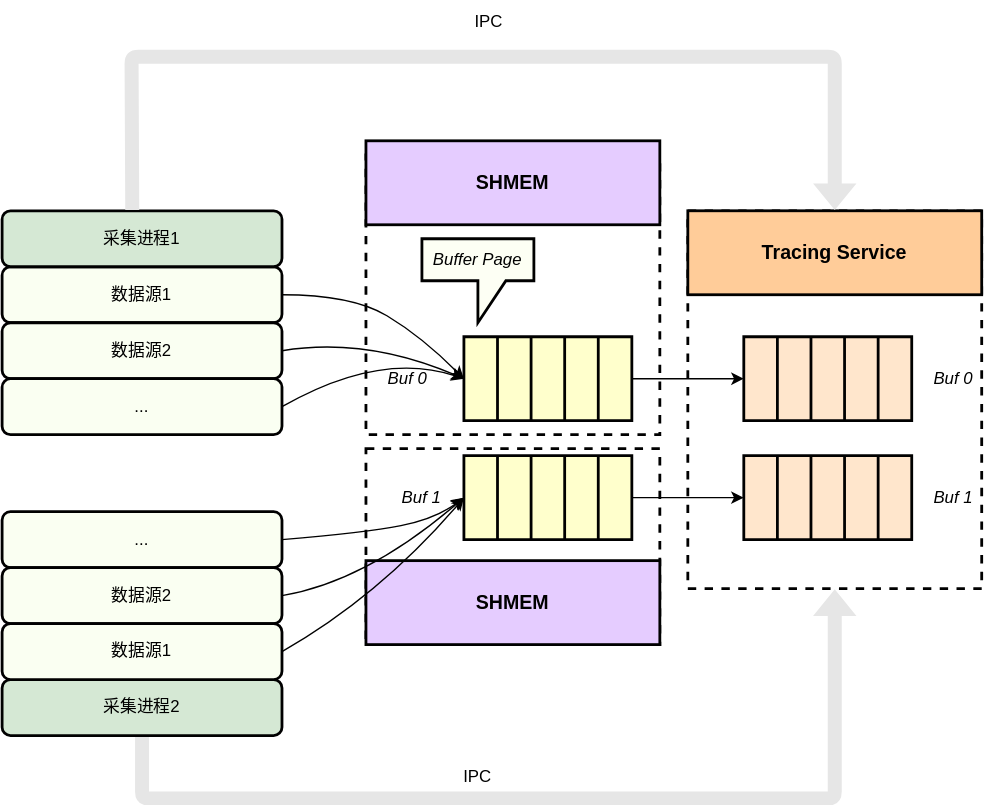
Earlier version of the draw.io export images/2025-7-30-tracing/Buffer.svg (braisedp/braisedp.github.io). Source tidied: cells renumbered, new cells last; positions are measured from the earlier drawing's top-left corner, leaving out a move shared by most shapes. The source it was exported from:
```xml
<mxGraphModel>
  <root>
    <mxCell id="0" />
    <mxCell id="1" parent="0" />
    <mxCell id="2" style="rounded=0;whiteSpace=wrap;html=1;strokeWidth=2;dashed=1;" parent="1" vertex="1">
      <mxGeometry x="260" y="320" width="210" height="140" as="geometry" />
    </mxCell>
    <mxCell id="3" style="rounded=0;whiteSpace=wrap;html=1;strokeWidth=2;dashed=1;" parent="1" vertex="1">
      <mxGeometry x="260" y="110" width="210" height="200" as="geometry" />
    </mxCell>
    <mxCell id="4" style="rounded=0;whiteSpace=wrap;html=1;strokeWidth=2;dashed=1;" parent="1" vertex="1">
      <mxGeometry x="490" y="150" width="210" height="270" as="geometry" />
    </mxCell>
    <mxCell id="5" style="shape=table;startSize=0;fontSize=16;rowLines=0;columnLines=1;strokeWidth=2;fillColor=#FFFFCC;" parent="1" vertex="1">
      <mxGeometry x="330" y="240" width="120" height="60" as="geometry" />
    </mxCell>
    <mxCell id="6" style="shape=tableRow;horizontal=0;startSize=0;swimlaneHead=0;swimlaneBody=0;strokeColor=inherit;top=0;left=0;bottom=0;right=0;fillColor=none;points=[[0,0.5],[1,0.5]];portConstraint=eastwest;fontSize=16;" parent="5" vertex="1">
      <mxGeometry width="120" height="60" as="geometry" />
    </mxCell>
    <mxCell id="7" style="shape=partialRectangle;html=1;whiteSpace=wrap;strokeColor=inherit;overflow=hidden;fillColor=none;top=0;left=0;bottom=0;right=0;fontSize=16;" parent="6" vertex="1">
      <mxGeometry width="24" height="60" as="geometry" />
    </mxCell>
    <mxCell id="8" style="shape=partialRectangle;html=1;whiteSpace=wrap;strokeColor=inherit;overflow=hidden;fillColor=none;top=0;left=0;bottom=0;right=0;fontSize=16;" parent="6" vertex="1">
      <mxGeometry x="24" width="24" height="60" as="geometry" />
    </mxCell>
    <mxCell id="9" style="shape=partialRectangle;html=1;whiteSpace=wrap;strokeColor=inherit;overflow=hidden;fillColor=none;top=0;left=0;bottom=0;right=0;fontSize=16;" parent="6" vertex="1">
      <mxGeometry x="48" width="24" height="60" as="geometry" />
    </mxCell>
    <mxCell id="10" style="shape=partialRectangle;html=1;whiteSpace=wrap;strokeColor=inherit;overflow=hidden;fillColor=none;top=0;left=0;bottom=0;right=0;fontSize=16;" parent="6" vertex="1">
      <mxGeometry x="72" width="24" height="60" as="geometry" />
    </mxCell>
    <mxCell id="11" style="shape=partialRectangle;html=1;whiteSpace=wrap;strokeColor=inherit;overflow=hidden;fillColor=none;top=0;left=0;bottom=0;right=0;fontSize=16;" parent="6" vertex="1">
      <mxGeometry x="96" width="24" height="60" as="geometry" />
    </mxCell>
    <mxCell id="12" style="shape=table;startSize=0;fontSize=16;rowLines=0;columnLines=1;strokeWidth=2;fillColor=#FFE6CC;" parent="1" vertex="1">
      <mxGeometry x="530" y="240" width="120" height="60" as="geometry" />
    </mxCell>
    <mxCell id="13" style="shape=tableRow;horizontal=0;startSize=0;swimlaneHead=0;swimlaneBody=0;strokeColor=inherit;top=0;left=0;bottom=0;right=0;fillColor=none;fontSize=16;" parent="12" vertex="1">
      <mxGeometry width="120" height="60" as="geometry" />
    </mxCell>
    <mxCell id="14" style="shape=partialRectangle;html=1;whiteSpace=wrap;strokeColor=inherit;overflow=hidden;fillColor=none;top=0;left=0;bottom=0;right=0;fontSize=16;" parent="13" vertex="1">
      <mxGeometry width="24" height="60" as="geometry" />
    </mxCell>
    <mxCell id="15" style="shape=partialRectangle;html=1;whiteSpace=wrap;strokeColor=inherit;overflow=hidden;fillColor=none;top=0;left=0;bottom=0;right=0;fontSize=16;" parent="13" vertex="1">
      <mxGeometry x="24" width="24" height="60" as="geometry" />
    </mxCell>
    <mxCell id="16" style="shape=partialRectangle;html=1;whiteSpace=wrap;strokeColor=inherit;overflow=hidden;fillColor=none;top=0;left=0;bottom=0;right=0;fontSize=16;" parent="13" vertex="1">
      <mxGeometry x="48" width="24" height="60" as="geometry" />
    </mxCell>
    <mxCell id="17" style="shape=partialRectangle;html=1;whiteSpace=wrap;strokeColor=inherit;overflow=hidden;fillColor=none;top=0;left=0;bottom=0;right=0;fontSize=16;" parent="13" vertex="1">
      <mxGeometry x="72" width="24" height="60" as="geometry" />
    </mxCell>
    <mxCell id="18" style="shape=partialRectangle;html=1;whiteSpace=wrap;strokeColor=inherit;overflow=hidden;fillColor=none;top=0;left=0;bottom=0;right=0;fontSize=16;" parent="13" vertex="1">
      <mxGeometry x="96" width="24" height="60" as="geometry" />
    </mxCell>
    <mxCell id="19" style="shape=table;startSize=0;fontSize=16;rowLines=0;columnLines=1;strokeWidth=2;fillColor=#FFFFCC;" parent="1" vertex="1">
      <mxGeometry x="330" y="325" width="120" height="60" as="geometry" />
    </mxCell>
    <mxCell id="20" style="shape=tableRow;horizontal=0;startSize=0;swimlaneHead=0;swimlaneBody=0;strokeColor=inherit;top=0;left=0;bottom=0;right=0;fillColor=none;points=[[0,0.5],[1,0.5]];portConstraint=eastwest;fontSize=16;" parent="19" vertex="1">
      <mxGeometry width="120" height="60" as="geometry" />
    </mxCell>
    <mxCell id="21" style="shape=partialRectangle;html=1;whiteSpace=wrap;strokeColor=inherit;overflow=hidden;fillColor=none;top=0;left=0;bottom=0;right=0;fontSize=16;" parent="20" vertex="1">
      <mxGeometry width="24" height="60" as="geometry" />
    </mxCell>
    <mxCell id="22" style="shape=partialRectangle;html=1;whiteSpace=wrap;strokeColor=inherit;overflow=hidden;fillColor=none;top=0;left=0;bottom=0;right=0;fontSize=16;" parent="20" vertex="1">
      <mxGeometry x="24" width="24" height="60" as="geometry" />
    </mxCell>
    <mxCell id="23" style="shape=partialRectangle;html=1;whiteSpace=wrap;strokeColor=inherit;overflow=hidden;fillColor=none;top=0;left=0;bottom=0;right=0;fontSize=16;" parent="20" vertex="1">
      <mxGeometry x="48" width="24" height="60" as="geometry" />
    </mxCell>
    <mxCell id="24" style="shape=partialRectangle;html=1;whiteSpace=wrap;strokeColor=inherit;overflow=hidden;fillColor=none;top=0;left=0;bottom=0;right=0;fontSize=16;" parent="20" vertex="1">
      <mxGeometry x="72" width="24" height="60" as="geometry" />
    </mxCell>
    <mxCell id="25" style="shape=partialRectangle;html=1;whiteSpace=wrap;strokeColor=inherit;overflow=hidden;fillColor=none;top=0;left=0;bottom=0;right=0;fontSize=16;" parent="20" vertex="1">
      <mxGeometry x="96" width="24" height="60" as="geometry" />
    </mxCell>
    <mxCell id="26" style="shape=table;startSize=0;fontSize=16;rowLines=0;columnLines=1;strokeWidth=2;fillColor=#FFE6CC;" parent="1" vertex="1">
      <mxGeometry x="530" y="325" width="120" height="60" as="geometry" />
    </mxCell>
    <mxCell id="27" style="shape=tableRow;horizontal=0;startSize=0;swimlaneHead=0;swimlaneBody=0;strokeColor=inherit;top=0;left=0;bottom=0;right=0;fillColor=none;fontSize=16;" parent="26" vertex="1">
      <mxGeometry width="120" height="60" as="geometry" />
    </mxCell>
    <mxCell id="28" style="shape=partialRectangle;html=1;whiteSpace=wrap;strokeColor=inherit;overflow=hidden;fillColor=none;top=0;left=0;bottom=0;right=0;fontSize=16;" parent="27" vertex="1">
      <mxGeometry width="24" height="60" as="geometry" />
    </mxCell>
    <mxCell id="29" style="shape=partialRectangle;html=1;whiteSpace=wrap;strokeColor=inherit;overflow=hidden;fillColor=none;top=0;left=0;bottom=0;right=0;fontSize=16;" parent="27" vertex="1">
      <mxGeometry x="24" width="24" height="60" as="geometry" />
    </mxCell>
    <mxCell id="30" style="shape=partialRectangle;html=1;whiteSpace=wrap;strokeColor=inherit;overflow=hidden;fillColor=none;top=0;left=0;bottom=0;right=0;fontSize=16;" parent="27" vertex="1">
      <mxGeometry x="48" width="24" height="60" as="geometry" />
    </mxCell>
    <mxCell id="31" style="shape=partialRectangle;html=1;whiteSpace=wrap;strokeColor=inherit;overflow=hidden;fillColor=none;top=0;left=0;bottom=0;right=0;fontSize=16;" parent="27" vertex="1">
      <mxGeometry x="72" width="24" height="60" as="geometry" />
    </mxCell>
    <mxCell id="32" style="shape=partialRectangle;html=1;whiteSpace=wrap;strokeColor=inherit;overflow=hidden;fillColor=none;top=0;left=0;bottom=0;right=0;fontSize=16;" parent="27" vertex="1">
      <mxGeometry x="96" width="24" height="60" as="geometry" />
    </mxCell>
    <mxCell id="33" value="Buffer Page" style="shape=callout;whiteSpace=wrap;html=1;perimeter=calloutPerimeter;strokeWidth=2;fillStyle=auto;fillColor=#FDFFF4;fontStyle=2;" parent="1" vertex="1">
      <mxGeometry x="300" y="170" width="80" height="60" as="geometry" />
    </mxCell>
    <mxCell id="34" value="Tracing Service" style="rounded=0;whiteSpace=wrap;html=1;strokeWidth=2;fillColor=#FFCC99;fontStyle=1;fontSize=14;" parent="1" vertex="1">
      <mxGeometry x="490" y="150" width="210" height="60" as="geometry" />
    </mxCell>
    <mxCell id="35" style="edgeStyle=none;html=1;exitX=1;exitY=0.5;exitDx=0;exitDy=0;entryX=0;entryY=0.5;entryDx=0;entryDy=0;" parent="1" edge="1" source="6" target="12">
      <mxGeometry relative="1" as="geometry" />
    </mxCell>
    <mxCell id="36" style="edgeStyle=none;html=1;exitX=1;exitY=0.5;exitDx=0;exitDy=0;entryX=0;entryY=0.5;entryDx=0;entryDy=0;" parent="1" edge="1" source="20" target="26">
      <mxGeometry relative="1" as="geometry" />
    </mxCell>
    <mxCell id="37" value="SHMEM" style="rounded=0;whiteSpace=wrap;html=1;strokeWidth=2;fillColor=#E5CCFF;fontStyle=1;fontSize=14;" parent="1" vertex="1">
      <mxGeometry x="260" y="100" width="210" height="60" as="geometry" />
    </mxCell>
    <mxCell id="38" value="SHMEM" style="rounded=0;whiteSpace=wrap;html=1;strokeWidth=2;fillColor=#E5CCFF;fontStyle=1;fontSize=14;" parent="1" vertex="1">
      <mxGeometry x="260" y="400" width="210" height="60" as="geometry" />
    </mxCell>
    <mxCell id="39" value="Buf 1" style="text;html=1;align=center;verticalAlign=middle;whiteSpace=wrap;rounded=0;fontStyle=2;" parent="1" vertex="1">
      <mxGeometry x="270" y="340" width="60" height="30" as="geometry" />
    </mxCell>
    <mxCell id="40" value="Buf 0" style="text;html=1;align=center;verticalAlign=middle;whiteSpace=wrap;rounded=0;fontStyle=2;" parent="1" vertex="1">
      <mxGeometry x="650" y="255" width="60" height="30" as="geometry" />
    </mxCell>
    <mxCell id="41" value="Buf 1" style="text;html=1;align=center;verticalAlign=middle;whiteSpace=wrap;rounded=0;fontStyle=2;" parent="1" vertex="1">
      <mxGeometry x="650" y="340" width="60" height="30" as="geometry" />
    </mxCell>
    <mxCell id="42" value="数据源1" style="rounded=1;whiteSpace=wrap;html=1;strokeWidth=2;fillColor=#FAFFF2;" parent="1" vertex="1">
      <mxGeometry y="190" width="200" height="40" as="geometry" />
    </mxCell>
    <mxCell id="43" value="采集进程1" style="rounded=1;whiteSpace=wrap;html=1;strokeWidth=2;fillColor=#d5e8d4;strokeColor=light-dark(#000000, #446e2c);" parent="1" vertex="1">
      <mxGeometry y="150" width="200" height="40" as="geometry" />
    </mxCell>
    <mxCell id="44" value="数据源2" style="rounded=1;whiteSpace=wrap;html=1;strokeWidth=2;fillColor=#FAFFF2;" parent="1" vertex="1">
      <mxGeometry y="230" width="200" height="40" as="geometry" />
    </mxCell>
    <mxCell id="45" value="Buf 0" style="text;html=1;align=center;verticalAlign=middle;whiteSpace=wrap;rounded=0;fontStyle=2;" parent="1" vertex="1">
      <mxGeometry x="260" y="255" width="60" height="30" as="geometry" />
    </mxCell>
    <mxCell id="46" style="curved=1;endArrow=classic;html=1;exitX=1;exitY=0.5;exitDx=0;exitDy=0;entryX=0;entryY=0.5;entryDx=0;entryDy=0;" parent="1" edge="1" source="42" target="5">
      <mxGeometry relative="1" as="geometry">
        <Array as="points">
          <mxPoint x="250" y="210" />
          <mxPoint x="300" y="240" />
        </Array>
      </mxGeometry>
    </mxCell>
    <mxCell id="47" style="curved=1;endArrow=classic;html=1;exitX=1;exitY=0.5;exitDx=0;exitDy=0;entryX=0;entryY=0.5;entryDx=0;entryDy=0;" parent="1" edge="1" source="44" target="6">
      <mxGeometry relative="1" as="geometry">
        <Array as="points">
          <mxPoint x="260" y="240" />
        </Array>
      </mxGeometry>
    </mxCell>
    <mxCell id="48" value="..." style="rounded=1;whiteSpace=wrap;html=1;strokeWidth=2;fillColor=#FAFFF2;" parent="1" vertex="1">
      <mxGeometry y="270" width="200" height="40" as="geometry" />
    </mxCell>
    <mxCell id="49" style="curved=1;endArrow=classic;html=1;exitX=1;exitY=0.5;exitDx=0;exitDy=0;entryX=0;entryY=0.5;entryDx=0;entryDy=0;" parent="1" edge="1" source="48" target="6">
      <mxGeometry relative="1" as="geometry">
        <Array as="points">
          <mxPoint x="270" y="250" />
        </Array>
      </mxGeometry>
    </mxCell>
    <mxCell id="50" value="..." style="rounded=1;whiteSpace=wrap;html=1;strokeWidth=2;fillColor=#FAFFF2;" parent="1" vertex="1">
      <mxGeometry y="365" width="200" height="40" as="geometry" />
    </mxCell>
    <mxCell id="51" style="edgeStyle=none;html=1;exitX=0.5;exitY=1;exitDx=0;exitDy=0;entryX=0.5;entryY=1;entryDx=0;entryDy=0;strokeWidth=1;shape=flexArrow;strokeColor=none;fillColor=#E6E6E6;" parent="1" edge="1" source="52" target="4">
      <mxGeometry relative="1" as="geometry">
        <Array as="points">
          <mxPoint x="100" y="570" />
          <mxPoint x="595" y="570" />
        </Array>
      </mxGeometry>
    </mxCell>
    <mxCell id="52" value="采集进程2" style="rounded=1;whiteSpace=wrap;html=1;strokeWidth=2;fillColor=#d5e8d4;strokeColor=light-dark(#000000, #446e2c);" parent="1" vertex="1">
      <mxGeometry y="485" width="200" height="40" as="geometry" />
    </mxCell>
    <mxCell id="53" value="数据源2" style="rounded=1;whiteSpace=wrap;html=1;strokeWidth=2;fillColor=#FAFFF2;" parent="1" vertex="1">
      <mxGeometry y="405" width="200" height="40" as="geometry" />
    </mxCell>
    <mxCell id="54" style="curved=1;endArrow=classic;html=1;exitX=1;exitY=0.5;exitDx=0;exitDy=0;entryX=0;entryY=0.5;entryDx=0;entryDy=0;" parent="1" edge="1" source="50" target="20">
      <mxGeometry relative="1" as="geometry">
        <Array as="points">
          <mxPoint x="260" y="380" />
          <mxPoint x="310" y="370" />
        </Array>
      </mxGeometry>
    </mxCell>
    <mxCell id="55" style="curved=1;endArrow=classic;html=1;exitX=1;exitY=0.5;exitDx=0;exitDy=0;entryX=0;entryY=0.5;entryDx=0;entryDy=0;" parent="1" edge="1" source="53" target="20">
      <mxGeometry relative="1" as="geometry">
        <Array as="points">
          <mxPoint x="260" y="415" />
        </Array>
      </mxGeometry>
    </mxCell>
    <mxCell id="56" value="&lt;span style=&quot;color: rgb(0, 0, 0);&quot;&gt;数据源1&lt;/span&gt;" style="rounded=1;whiteSpace=wrap;html=1;strokeWidth=2;fillColor=#FAFFF2;" parent="1" vertex="1">
      <mxGeometry y="445" width="200" height="40" as="geometry" />
    </mxCell>
    <mxCell id="57" style="curved=1;endArrow=classic;html=1;exitX=1;exitY=0.5;exitDx=0;exitDy=0;entryX=1;entryY=0.5;entryDx=0;entryDy=0;" parent="1" edge="1" source="56" target="39">
      <mxGeometry relative="1" as="geometry">
        <Array as="points">
          <mxPoint x="270" y="425" />
        </Array>
      </mxGeometry>
    </mxCell>
    <mxCell id="58" style="edgeStyle=none;html=1;entryX=0.5;entryY=0;entryDx=0;entryDy=0;strokeWidth=1;shape=flexArrow;strokeColor=none;fillColor=#E6E6E6;" parent="1" edge="1" target="34">
      <mxGeometry relative="1" as="geometry">
        <mxPoint x="93" y="150" as="sourcePoint" />
        <Array as="points">
          <mxPoint x="92.5" y="40" />
          <mxPoint x="595" y="40" />
        </Array>
      </mxGeometry>
    </mxCell>
    <mxCell id="59" value="IPC" style="text;html=1;align=center;verticalAlign=middle;whiteSpace=wrap;rounded=0;" parent="1" vertex="1">
      <mxGeometry x="318" width="60" height="30" as="geometry" />
    </mxCell>
    <mxCell id="60" value="IPC" style="text;html=1;align=center;verticalAlign=middle;whiteSpace=wrap;rounded=0;" parent="1" vertex="1">
      <mxGeometry x="310" y="540" width="60" height="30" as="geometry" />
    </mxCell>
  </root>
</mxGraphModel>
```
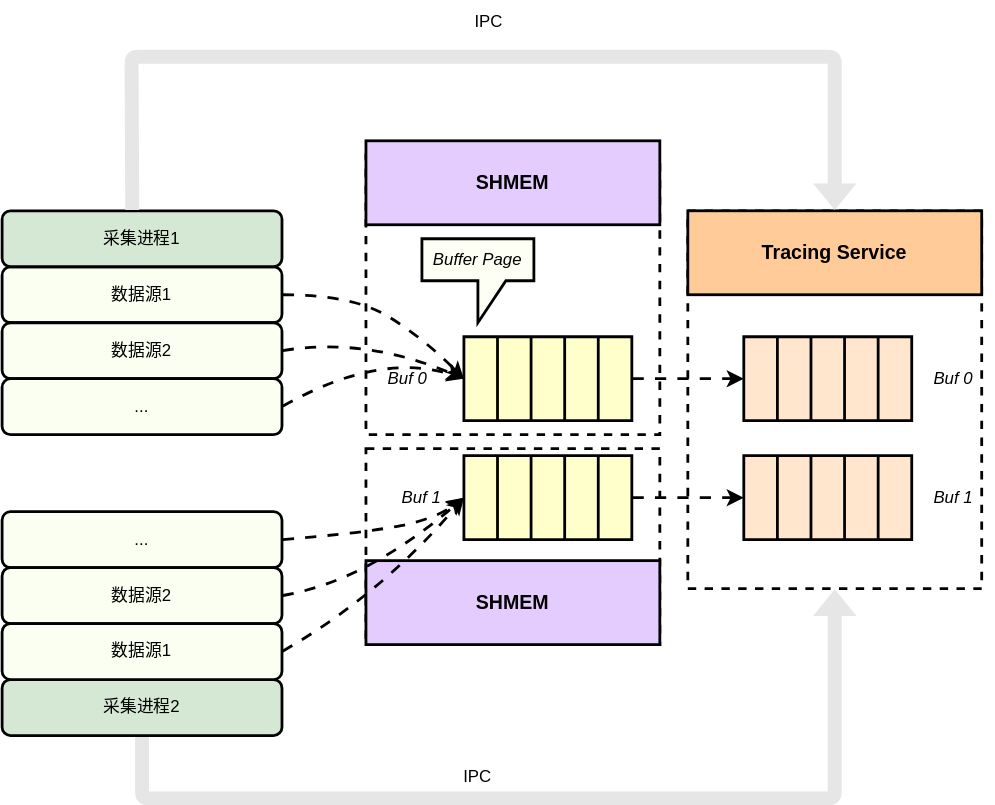
After the change.

Diff of the diagram source:
```diff
@@ -101,10 +101,10 @@
     <mxCell id="34" value="Tracing Service" style="rounded=0;whiteSpace=wrap;html=1;strokeWidth=2;fillColor=#FFCC99;fontStyle=1;fontSize=14;" parent="1" vertex="1">
       <mxGeometry x="490" y="150" width="210" height="60" as="geometry" />
     </mxCell>
-    <mxCell id="35" style="edgeStyle=none;html=1;exitX=1;exitY=0.5;exitDx=0;exitDy=0;entryX=0;entryY=0.5;entryDx=0;entryDy=0;" parent="1" edge="1" source="6" target="12">
+    <mxCell id="35" style="edgeStyle=none;html=1;exitX=1;exitY=0.5;exitDx=0;exitDy=0;entryX=0;entryY=0.5;entryDx=0;entryDy=0;strokeWidth=2;flowAnimation=1;" parent="1" edge="1" source="6" target="12">
       <mxGeometry relative="1" as="geometry" />
     </mxCell>
-    <mxCell id="36" style="edgeStyle=none;html=1;exitX=1;exitY=0.5;exitDx=0;exitDy=0;entryX=0;entryY=0.5;entryDx=0;entryDy=0;" parent="1" edge="1" source="20" target="26">
+    <mxCell id="36" style="edgeStyle=none;html=1;exitX=1;exitY=0.5;exitDx=0;exitDy=0;entryX=0;entryY=0.5;entryDx=0;entryDy=0;strokeWidth=2;flowAnimation=1;" parent="1" edge="1" source="20" target="26">
       <mxGeometry relative="1" as="geometry" />
     </mxCell>
     <mxCell id="37" value="SHMEM" style="rounded=0;whiteSpace=wrap;html=1;strokeWidth=2;fillColor=#E5CCFF;fontStyle=1;fontSize=14;" parent="1" vertex="1">
@@ -134,7 +134,7 @@
     <mxCell id="45" value="Buf 0" style="text;html=1;align=center;verticalAlign=middle;whiteSpace=wrap;rounded=0;fontStyle=2;" parent="1" vertex="1">
       <mxGeometry x="260" y="255" width="60" height="30" as="geometry" />
     </mxCell>
-    <mxCell id="46" style="curved=1;endArrow=classic;html=1;exitX=1;exitY=0.5;exitDx=0;exitDy=0;entryX=0;entryY=0.5;entryDx=0;entryDy=0;" parent="1" edge="1" source="42" target="5">
+    <mxCell id="46" style="curved=1;endArrow=classic;html=1;exitX=1;exitY=0.5;exitDx=0;exitDy=0;entryX=0;entryY=0.5;entryDx=0;entryDy=0;strokeWidth=2;flowAnimation=1;" parent="1" edge="1" source="42" target="5">
       <mxGeometry relative="1" as="geometry">
         <Array as="points">
           <mxPoint x="250" y="210" />
@@ -142,7 +142,7 @@
         </Array>
       </mxGeometry>
     </mxCell>
-    <mxCell id="47" style="curved=1;endArrow=classic;html=1;exitX=1;exitY=0.5;exitDx=0;exitDy=0;entryX=0;entryY=0.5;entryDx=0;entryDy=0;" parent="1" edge="1" source="44" target="6">
+    <mxCell id="47" style="curved=1;endArrow=classic;html=1;exitX=1;exitY=0.5;exitDx=0;exitDy=0;entryX=0;entryY=0.5;entryDx=0;entryDy=0;strokeWidth=2;flowAnimation=1;" parent="1" edge="1" source="44" target="6">
       <mxGeometry relative="1" as="geometry">
         <Array as="points">
           <mxPoint x="260" y="240" />
@@ -152,7 +152,7 @@
     <mxCell id="48" value="..." style="rounded=1;whiteSpace=wrap;html=1;strokeWidth=2;fillColor=#FAFFF2;" parent="1" vertex="1">
       <mxGeometry y="270" width="200" height="40" as="geometry" />
     </mxCell>
-    <mxCell id="49" style="curved=1;endArrow=classic;html=1;exitX=1;exitY=0.5;exitDx=0;exitDy=0;entryX=0;entryY=0.5;entryDx=0;entryDy=0;" parent="1" edge="1" source="48" target="6">
+    <mxCell id="49" style="curved=1;endArrow=classic;html=1;exitX=1;exitY=0.5;exitDx=0;exitDy=0;entryX=0;entryY=0.5;entryDx=0;entryDy=0;strokeWidth=2;flowAnimation=1;" parent="1" edge="1" source="48" target="6">
       <mxGeometry relative="1" as="geometry">
         <Array as="points">
           <mxPoint x="270" y="250" />
@@ -176,7 +176,7 @@
     <mxCell id="53" value="数据源2" style="rounded=1;whiteSpace=wrap;html=1;strokeWidth=2;fillColor=#FAFFF2;" parent="1" vertex="1">
       <mxGeometry y="405" width="200" height="40" as="geometry" />
     </mxCell>
-    <mxCell id="54" style="curved=1;endArrow=classic;html=1;exitX=1;exitY=0.5;exitDx=0;exitDy=0;entryX=0;entryY=0.5;entryDx=0;entryDy=0;" parent="1" edge="1" source="50" target="20">
+    <mxCell id="54" style="curved=1;endArrow=classic;html=1;exitX=1;exitY=0.5;exitDx=0;exitDy=0;entryX=0;entryY=0.5;entryDx=0;entryDy=0;strokeWidth=2;flowAnimation=1;" parent="1" edge="1" source="50" target="20">
       <mxGeometry relative="1" as="geometry">
         <Array as="points">
           <mxPoint x="260" y="380" />
@@ -184,7 +184,7 @@
         </Array>
       </mxGeometry>
     </mxCell>
-    <mxCell id="55" style="curved=1;endArrow=classic;html=1;exitX=1;exitY=0.5;exitDx=0;exitDy=0;entryX=0;entryY=0.5;entryDx=0;entryDy=0;" parent="1" edge="1" source="53" target="20">
+    <mxCell id="55" style="curved=1;endArrow=classic;html=1;exitX=1;exitY=0.5;exitDx=0;exitDy=0;entryX=0;entryY=0.5;entryDx=0;entryDy=0;strokeWidth=2;flowAnimation=1;" parent="1" edge="1" source="53" target="20">
       <mxGeometry relative="1" as="geometry">
         <Array as="points">
           <mxPoint x="260" y="415" />
@@ -194,7 +194,7 @@
     <mxCell id="56" value="&lt;span style=&quot;color: rgb(0, 0, 0);&quot;&gt;数据源1&lt;/span&gt;" style="rounded=1;whiteSpace=wrap;html=1;strokeWidth=2;fillColor=#FAFFF2;" parent="1" vertex="1">
       <mxGeometry y="445" width="200" height="40" as="geometry" />
     </mxCell>
-    <mxCell id="57" style="curved=1;endArrow=classic;html=1;exitX=1;exitY=0.5;exitDx=0;exitDy=0;entryX=1;entryY=0.5;entryDx=0;entryDy=0;" parent="1" edge="1" source="56" target="39">
+    <mxCell id="57" style="curved=1;endArrow=classic;html=1;exitX=1;exitY=0.5;exitDx=0;exitDy=0;entryX=1;entryY=0.5;entryDx=0;entryDy=0;strokeWidth=2;flowAnimation=1;" parent="1" edge="1" source="56" target="39">
       <mxGeometry relative="1" as="geometry">
         <Array as="points">
           <mxPoint x="270" y="425" />
```
